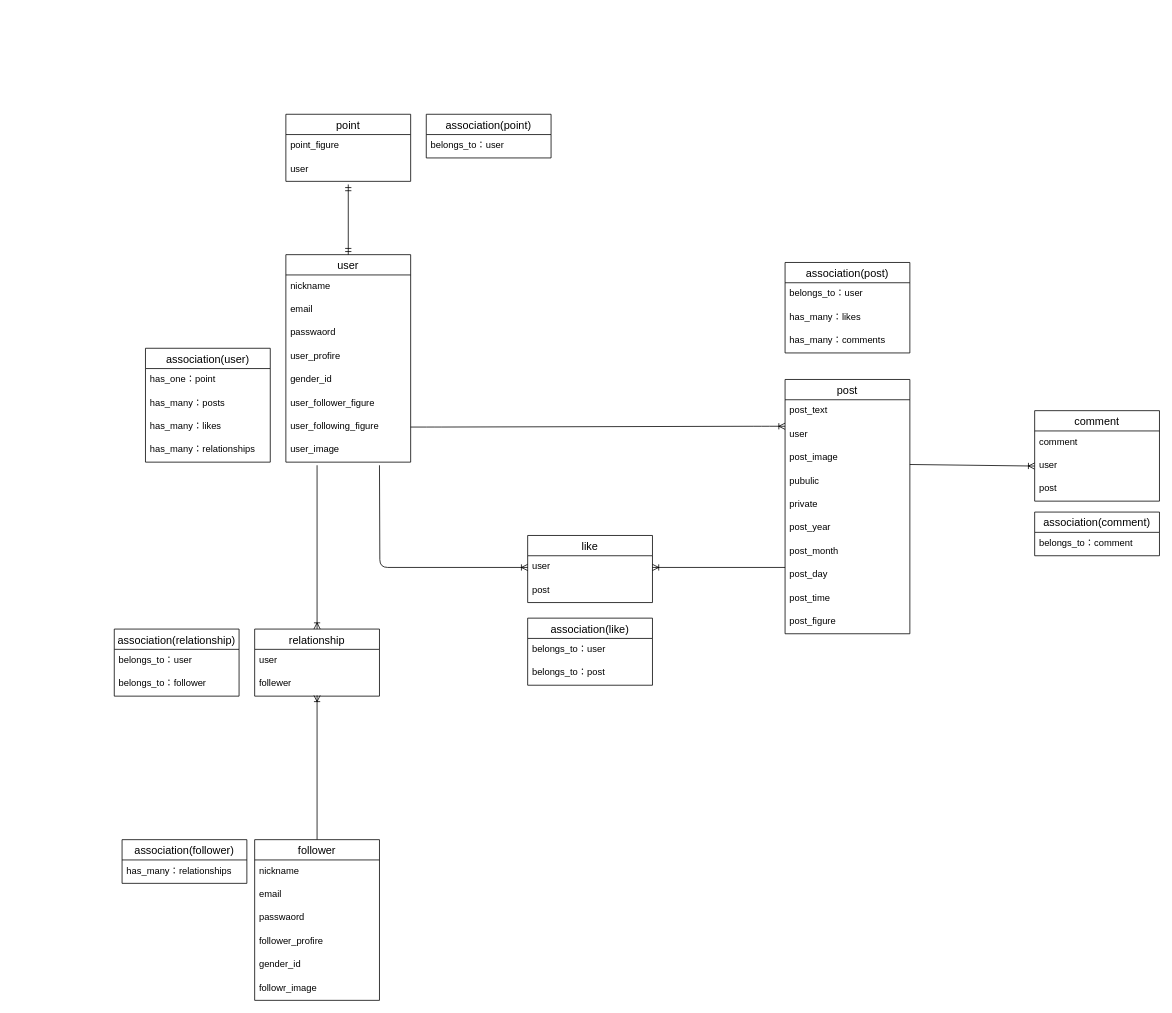
This is ER .dio from TkToshi/trajectory, a draw.io file, before an edit. Source tidied: cells renumbered, new cells numbered last; positions are measured from the earlier drawing's top-left corner, leaving out a move shared by most shapes. Both pictures are drawn from the tidied source at 78%, with x=0, y=0 at pixel (114, 114).
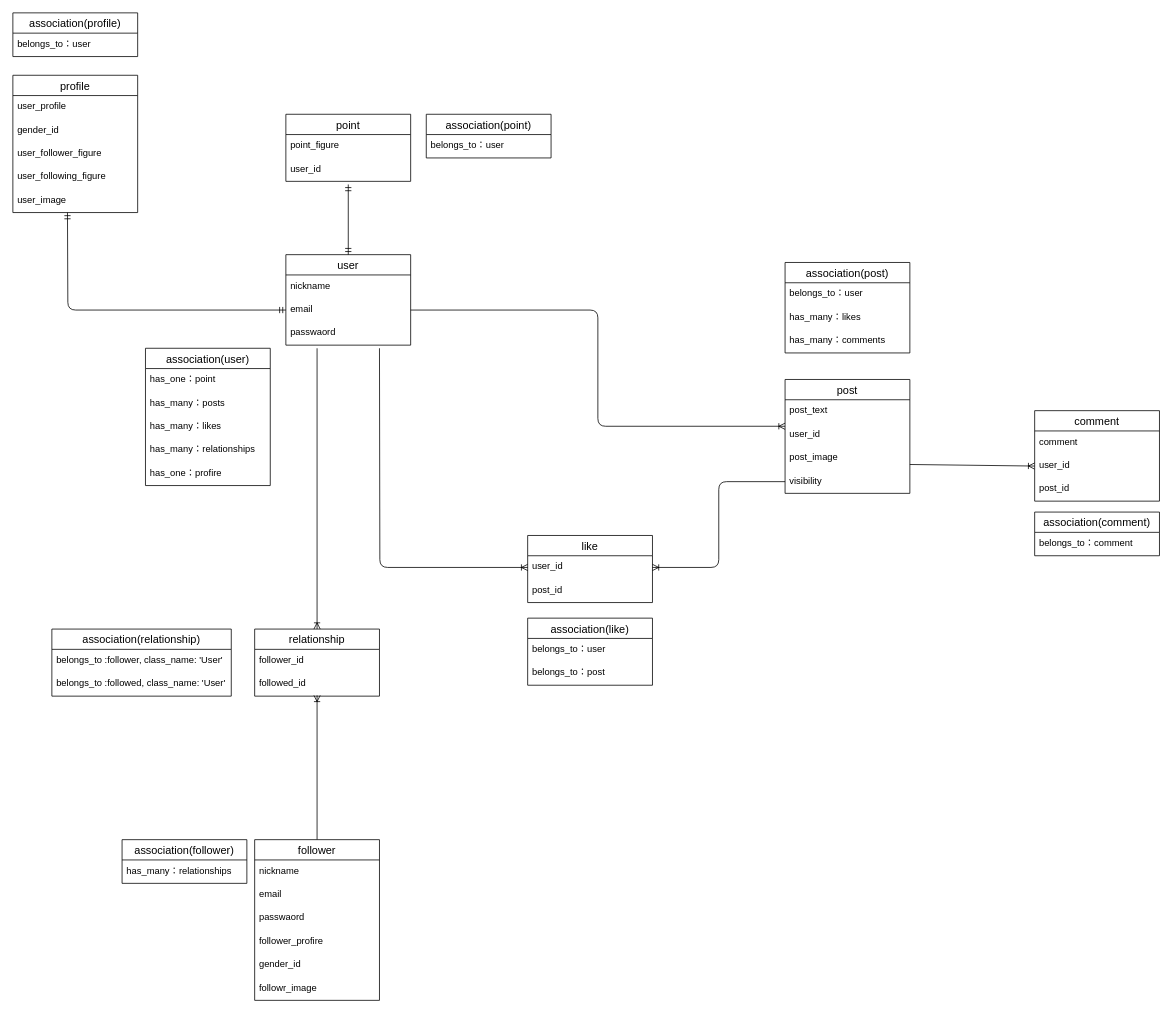
The same diagram, later.

Unchanged cells that the change refers to:
```xml
<mxCell id="4" value="email" style="text;strokeColor=none;fillColor=none;spacingLeft=4;spacingRight=4;overflow=hidden;points=[[0,0.5],[1,0.5]];portConstraint=eastwest;fontSize=12;" parent="2" vertex="1">
  <mxGeometry y="56" width="160" height="30" as="geometry" />
</mxCell>
<mxCell id="22" value="comment" style="swimlane;fontStyle=0;horizontal=1;startSize=26;align=center;fontSize=14;" parent="1" vertex="1">
  <mxGeometry x="1180" y="380" width="160" height="116" as="geometry" />
</mxCell>
<mxCell id="26" value="point" style="swimlane;fontStyle=0;horizontal=1;startSize=26;align=center;fontSize=14;" parent="1" vertex="1">
  <mxGeometry x="220" width="160" height="86" as="geometry" />
</mxCell>
<mxCell id="29" value="like" style="swimlane;fontStyle=0;horizontal=1;startSize=26;align=center;fontSize=14;" parent="1" vertex="1">
  <mxGeometry x="530" y="540" width="160" height="86" as="geometry" />
</mxCell>
<mxCell id="32" value="relationship" style="swimlane;fontStyle=0;horizontal=1;startSize=26;align=center;fontSize=14;" parent="1" vertex="1">
  <mxGeometry x="180" y="660" width="160" height="86" as="geometry" />
</mxCell>
```

What changed in the source:
```diff
@@
     <mxCell id="2" value="user" style="swimlane;fontStyle=0;horizontal=1;startSize=26;align=center;fontSize=14;" parent="1" vertex="1">
-      <mxGeometry x="220" y="180" width="160" height="266" as="geometry" />
+      <mxGeometry x="220" y="180" width="160" height="116" as="geometry" />
     </mxCell>
@@
-    <mxCell id="6" value="user_profire" style="text;strokeColor=none;fillColor=none;spacingLeft=4;spacingRight=4;overflow=hidden;fontSize=12;" parent="2" vertex="1">
-      <mxGeometry y="116" width="160" height="30" as="geometry" />
-    </mxCell>
-    <mxCell id="7" value="gender_id" style="text;strokeColor=none;fillColor=none;spacingLeft=4;spacingRight=4;overflow=hidden;fontSize=12;" parent="2" vertex="1">
-      <mxGeometry y="146" width="160" height="30" as="geometry" />
-    </mxCell>
-    <mxCell id="8" value="user_follower_figure" style="text;strokeColor=none;fillColor=none;spacingLeft=4;spacingRight=4;overflow=hidden;fontSize=12;" parent="2" vertex="1">
-      <mxGeometry y="176" width="160" height="30" as="geometry" />
-    </mxCell>
-    <mxCell id="9" value="user_following_figure" style="text;strokeColor=none;fillColor=none;spacingLeft=4;spacingRight=4;overflow=hidden;points=[[0,0.5],[1,0.5]];portConstraint=eastwest;fontSize=12;" parent="2" vertex="1">
-      <mxGeometry y="206" width="160" height="30" as="geometry" />
-    </mxCell>
-    <mxCell id="10" value="user_image" style="text;strokeColor=none;fillColor=none;spacingLeft=4;spacingRight=4;overflow=hidden;points=[[0,0.5],[1,0.5]];portConstraint=eastwest;fontSize=12;" parent="2" vertex="1">
-      <mxGeometry y="236" width="160" height="30" as="geometry" />
-    </mxCell>
     <mxCell id="11" value="post" style="swimlane;fontStyle=0;horizontal=1;startSize=26;align=center;fontSize=14;" parent="1" vertex="1">
-      <mxGeometry x="860" y="340" width="160" height="326" as="geometry" />
+      <mxGeometry x="860" y="340" width="160" height="146" as="geometry" />
     </mxCell>
@@
-    <mxCell id="13" value="user" style="text;strokeColor=none;fillColor=none;spacingLeft=4;spacingRight=4;overflow=hidden;points=[[0,0.5],[1,0.5]];portConstraint=eastwest;fontSize=12;" parent="11" vertex="1">
+    <mxCell id="13" value="user_id" style="text;strokeColor=none;fillColor=none;spacingLeft=4;spacingRight=4;overflow=hidden;points=[[0,0.5],[1,0.5]];portConstraint=eastwest;fontSize=12;" parent="11" vertex="1">
       <mxGeometry y="56" width="160" height="30" as="geometry" />
     </mxCell>
@@
-    <mxCell id="15" value="pubulic" style="text;strokeColor=none;fillColor=none;spacingLeft=4;spacingRight=4;overflow=hidden;points=[[0,0.5],[1,0.5]];portConstraint=eastwest;fontSize=12;" parent="11" vertex="1">
+    <mxCell id="15" value="visibility" style="text;strokeColor=none;fillColor=none;spacingLeft=4;spacingRight=4;overflow=hidden;points=[[0,0.5],[1,0.5]];portConstraint=eastwest;fontSize=12;" parent="11" vertex="1">
       <mxGeometry y="116" width="160" height="30" as="geometry" />
     </mxCell>
-    <mxCell id="16" value="private" style="text;strokeColor=none;fillColor=none;spacingLeft=4;spacingRight=4;overflow=hidden;fontSize=12;" parent="11" vertex="1">
-      <mxGeometry y="146" width="160" height="30" as="geometry" />
-    </mxCell>
-    <mxCell id="17" value="post_year" style="text;strokeColor=none;fillColor=none;spacingLeft=4;spacingRight=4;overflow=hidden;fontSize=12;" parent="11" vertex="1">
-      <mxGeometry y="176" width="160" height="30" as="geometry" />
-    </mxCell>
-    <mxCell id="18" value="post_month" style="text;strokeColor=none;fillColor=none;spacingLeft=4;spacingRight=4;overflow=hidden;fontSize=12;" parent="11" vertex="1">
-      <mxGeometry y="206" width="160" height="30" as="geometry" />
-    </mxCell>
-    <mxCell id="19" value="post_day" style="text;strokeColor=none;fillColor=none;spacingLeft=4;spacingRight=4;overflow=hidden;fontSize=12;" parent="11" vertex="1">
-      <mxGeometry y="236" width="160" height="30" as="geometry" />
-    </mxCell>
-    <mxCell id="20" value="post_time" style="text;strokeColor=none;fillColor=none;spacingLeft=4;spacingRight=4;overflow=hidden;fontSize=12;" parent="11" vertex="1">
-      <mxGeometry y="266" width="160" height="30" as="geometry" />
-    </mxCell>
-    <mxCell id="21" value="post_figure" style="text;strokeColor=none;fillColor=none;spacingLeft=4;spacingRight=4;overflow=hidden;fontSize=12;" parent="11" vertex="1">
-      <mxGeometry y="296" width="160" height="30" as="geometry" />
-    </mxCell>
@@
-    <mxCell id="24" value="user" style="text;strokeColor=none;fillColor=none;spacingLeft=4;spacingRight=4;overflow=hidden;points=[[0,0.5],[1,0.5]];portConstraint=eastwest;fontSize=12;" parent="22" vertex="1">
+    <mxCell id="24" value="user_id" style="text;strokeColor=none;fillColor=none;spacingLeft=4;spacingRight=4;overflow=hidden;points=[[0,0.5],[1,0.5]];portConstraint=eastwest;fontSize=12;" parent="22" vertex="1">
       <mxGeometry y="56" width="160" height="30" as="geometry" />
     </mxCell>
-    <mxCell id="25" value="post" style="text;strokeColor=none;fillColor=none;spacingLeft=4;spacingRight=4;overflow=hidden;fontSize=12;" parent="22" vertex="1">
+    <mxCell id="25" value="post_id" style="text;strokeColor=none;fillColor=none;spacingLeft=4;spacingRight=4;overflow=hidden;fontSize=12;" parent="22" vertex="1">
       <mxGeometry y="86" width="160" height="30" as="geometry" />
     </mxCell>
@@
-    <mxCell id="28" value="user" style="text;strokeColor=none;fillColor=none;spacingLeft=4;spacingRight=4;overflow=hidden;fontSize=12;" parent="26" vertex="1">
+    <mxCell id="28" value="user_id" style="text;strokeColor=none;fillColor=none;spacingLeft=4;spacingRight=4;overflow=hidden;fontSize=12;" parent="26" vertex="1">
       <mxGeometry y="56" width="160" height="30" as="geometry" />
     </mxCell>
@@
-    <mxCell id="30" value="user" style="text;strokeColor=none;fillColor=none;spacingLeft=4;spacingRight=4;overflow=hidden;points=[[0,0.5],[1,0.5]];portConstraint=eastwest;fontSize=12;" parent="29" vertex="1">
+    <mxCell id="30" value="user_id" style="text;strokeColor=none;fillColor=none;spacingLeft=4;spacingRight=4;overflow=hidden;points=[[0,0.5],[1,0.5]];portConstraint=eastwest;fontSize=12;" parent="29" vertex="1">
       <mxGeometry y="26" width="160" height="30" as="geometry" />
     </mxCell>
-    <mxCell id="31" value="post" style="text;strokeColor=none;fillColor=none;spacingLeft=4;spacingRight=4;overflow=hidden;fontSize=12;" parent="29" vertex="1">
+    <mxCell id="31" value="post_id" style="text;strokeColor=none;fillColor=none;spacingLeft=4;spacingRight=4;overflow=hidden;fontSize=12;" parent="29" vertex="1">
       <mxGeometry y="56" width="160" height="30" as="geometry" />
     </mxCell>
@@
-    <mxCell id="33" value="user" style="text;strokeColor=none;fillColor=none;spacingLeft=4;spacingRight=4;overflow=hidden;fontSize=12;" parent="32" vertex="1">
+    <mxCell id="33" value="follower_id" style="text;strokeColor=none;fillColor=none;spacingLeft=4;spacingRight=4;overflow=hidden;fontSize=12;" parent="32" vertex="1">
       <mxGeometry y="26" width="160" height="30" as="geometry" />
     </mxCell>
-    <mxCell id="34" value="follewer" style="text;strokeColor=none;fillColor=none;spacingLeft=4;spacingRight=4;overflow=hidden;points=[[0,0.5],[1,0.5]];portConstraint=eastwest;fontSize=12;" parent="32" vertex="1">
+    <mxCell id="34" value="followed_id" style="text;strokeColor=none;fillColor=none;spacingLeft=4;spacingRight=4;overflow=hidden;points=[[0,0.5],[1,0.5]];portConstraint=eastwest;fontSize=12;" parent="32" vertex="1">
       <mxGeometry y="56" width="160" height="30" as="geometry" />
     </mxCell>
-    <mxCell id="35" style="edgeStyle=entityRelationEdgeStyle;fontSize=12;html=1;endArrow=ERoneToMany;entryX=0;entryY=0.133;entryDx=0;entryDy=0;entryPerimeter=0;exitX=1;exitY=0.5;exitDx=0;exitDy=0;" parent="1" edge="1" source="9" target="13">
+    <mxCell id="35" style="edgeStyle=orthogonalEdgeStyle;fontSize=12;html=1;endArrow=ERoneToMany;entryX=0;entryY=0.133;entryDx=0;entryDy=0;entryPerimeter=0;exitX=1;exitY=0.5;exitDx=0;exitDy=0;" parent="1" edge="1" source="4" target="13">
       <mxGeometry relative="1" as="geometry" />
     </mxCell>
@@
     <mxCell id="37" style="edgeStyle=orthogonalEdgeStyle;fontSize=12;html=1;endArrow=ERoneToMany;entryX=0;entryY=0.5;entryDx=0;entryDy=0;" parent="1" edge="1" target="30">
       <mxGeometry relative="1" as="geometry">
-        <mxPoint x="340" y="450" as="sourcePoint" />
+        <mxPoint x="340" y="300" as="sourcePoint" />
       </mxGeometry>
     </mxCell>
-    <mxCell id="38" style="fontSize=12;html=1;endArrow=ERoneToMany;entryX=0.5;entryY=0;entryDx=0;entryDy=0;exitX=0.25;exitY=1.133;exitDx=0;exitDy=0;exitPerimeter=0;" parent="1" edge="1" source="10" target="32">
-      <mxGeometry relative="1" as="geometry" />
+    <mxCell id="38" style="fontSize=12;html=1;endArrow=ERoneToMany;entryX=0.5;entryY=0;entryDx=0;entryDy=0;" parent="1" edge="1" target="32">
+      <mxGeometry relative="1" as="geometry">
+        <mxPoint x="260" y="300" as="sourcePoint" />
+      </mxGeometry>
     </mxCell>
@@
     <mxCell id="41" value="association(user)" style="swimlane;fontStyle=0;horizontal=1;startSize=26;align=center;fontSize=14;" parent="1" vertex="1">
-      <mxGeometry x="40" y="300" width="160" height="146" as="geometry" />
+      <mxGeometry x="40" y="300" width="160" height="176" as="geometry" />
     </mxCell>
@@
+    <mxCell id="70" value="has_one：profire" style="text;strokeColor=none;fillColor=none;spacingLeft=4;spacingRight=4;overflow=hidden;fontSize=12;" parent="41" vertex="1">
+      <mxGeometry y="146" width="160" height="30" as="geometry" />
+    </mxCell>
@@
     <mxCell id="48" value="association(relationship)" style="swimlane;fontStyle=0;horizontal=1;startSize=26;align=center;fontSize=14;" parent="1" vertex="1">
-      <mxGeometry y="660" width="160" height="86" as="geometry" />
+      <mxGeometry x="-80" y="660" width="230" height="86" as="geometry" />
     </mxCell>
-    <mxCell id="49" value="belongs_to：user" style="text;strokeColor=none;fillColor=none;spacingLeft=4;spacingRight=4;overflow=hidden;fontSize=12;" parent="48" vertex="1">
-      <mxGeometry y="26" width="160" height="30" as="geometry" />
+    <mxCell id="49" value="belongs_to :follower, class_name: 'User'" style="text;strokeColor=none;fillColor=none;spacingLeft=4;spacingRight=4;overflow=hidden;fontSize=12;" parent="48" vertex="1">
+      <mxGeometry y="26" width="230" height="30" as="geometry" />
     </mxCell>
-    <mxCell id="50" value="belongs_to：follower" style="text;strokeColor=none;fillColor=none;spacingLeft=4;spacingRight=4;overflow=hidden;fontSize=12;" parent="48" vertex="1">
-      <mxGeometry y="56" width="160" height="30" as="geometry" />
+    <mxCell id="50" value="belongs_to :followed, class_name: 'User'" style="text;strokeColor=none;fillColor=none;spacingLeft=4;spacingRight=4;overflow=hidden;fontSize=12;" parent="48" vertex="1">
+      <mxGeometry y="56" width="230" height="30" as="geometry" />
     </mxCell>
@@
-    <mxCell id="62" style="fontSize=12;html=1;endArrow=ERoneToMany;entryX=1;entryY=0.5;entryDx=0;entryDy=0;" parent="1" edge="1" target="30">
-      <mxGeometry relative="1" as="geometry">
-        <mxPoint x="860" y="581" as="sourcePoint" />
-      </mxGeometry>
+    <mxCell id="62" style="fontSize=12;html=1;endArrow=ERoneToMany;entryX=1;entryY=0.5;entryDx=0;entryDy=0;edgeStyle=orthogonalEdgeStyle;" parent="1" edge="1" source="15" target="30">
+      <mxGeometry relative="1" as="geometry" />
     </mxCell>
@@
+    <mxCell id="71" value="profile" style="swimlane;fontStyle=0;horizontal=1;startSize=26;align=center;fontSize=14;" parent="1" vertex="1">
+      <mxGeometry x="-130" y="-50" width="160" height="176" as="geometry" />
+    </mxCell>
+    <mxCell id="72" value="user_profile" style="text;strokeColor=none;fillColor=none;spacingLeft=4;spacingRight=4;overflow=hidden;fontSize=12;" parent="71" vertex="1">
+      <mxGeometry y="26" width="160" height="30" as="geometry" />
+    </mxCell>
+    <mxCell id="7" value="gender_id" style="text;strokeColor=none;fillColor=none;spacingLeft=4;spacingRight=4;overflow=hidden;fontSize=12;" parent="71" vertex="1">
+      <mxGeometry y="56" width="160" height="30" as="geometry" />
+    </mxCell>
+    <mxCell id="8" value="user_follower_figure" style="text;strokeColor=none;fillColor=none;spacingLeft=4;spacingRight=4;overflow=hidden;fontSize=12;" parent="71" vertex="1">
+      <mxGeometry y="86" width="160" height="30" as="geometry" />
+    </mxCell>
+    <mxCell id="9" value="user_following_figure" style="text;strokeColor=none;fillColor=none;spacingLeft=4;spacingRight=4;overflow=hidden;points=[[0,0.5],[1,0.5]];portConstraint=eastwest;fontSize=12;" parent="71" vertex="1">
+      <mxGeometry y="116" width="160" height="30" as="geometry" />
+    </mxCell>
+    <mxCell id="10" value="user_image" style="text;strokeColor=none;fillColor=none;spacingLeft=4;spacingRight=4;overflow=hidden;points=[[0,0.5],[1,0.5]];portConstraint=eastwest;fontSize=12;" parent="71" vertex="1">
+      <mxGeometry y="146" width="160" height="30" as="geometry" />
+    </mxCell>
+    <mxCell id="73" style="fontSize=12;html=1;endArrow=ERmandOne;startArrow=ERmandOne;exitX=0;exitY=0.5;exitDx=0;exitDy=0;edgeStyle=orthogonalEdgeStyle;" parent="1" edge="1" source="4">
+      <mxGeometry relative="1" as="geometry">
+        <mxPoint x="-60" y="126" as="targetPoint" />
+      </mxGeometry>
+    </mxCell>
+    <mxCell id="74" value="association(profile)" style="swimlane;fontStyle=0;horizontal=1;startSize=26;align=center;fontSize=14;" parent="1" vertex="1">
+      <mxGeometry x="-130" y="-130" width="160" height="56" as="geometry" />
+    </mxCell>
+    <mxCell id="75" value="belongs_to：user" style="text;strokeColor=none;fillColor=none;spacingLeft=4;spacingRight=4;overflow=hidden;fontSize=12;" parent="74" vertex="1">
+      <mxGeometry y="26" width="160" height="30" as="geometry" />
+    </mxCell>
```
